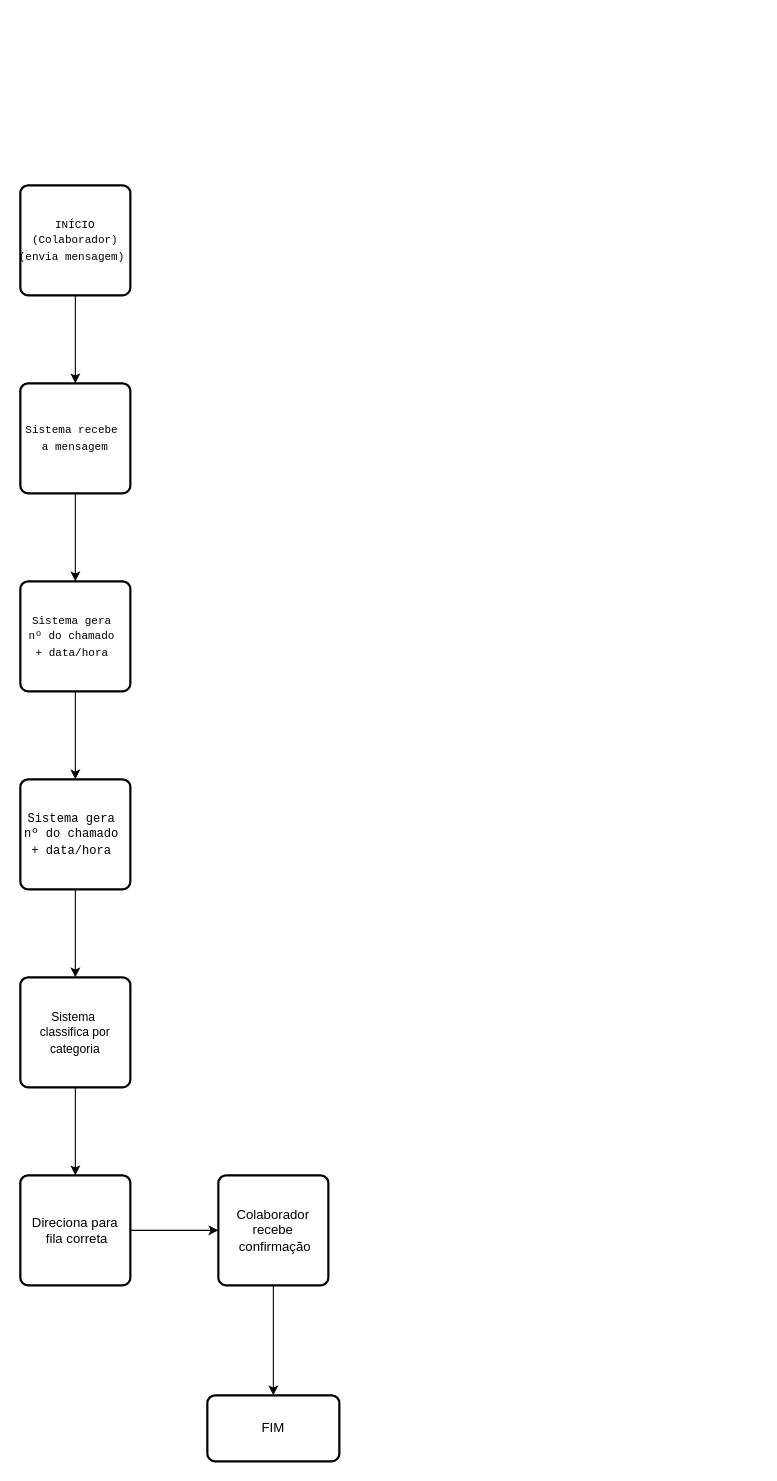
Above: page "Página-2" (2 of 2) of docs/E05/AS5 - DIAGRAMA DE CASOS DE USO.drawio in Canadensuh/HelpIA (draw.io), before the change. Source tidied: cells renumbered, new cells numbered last; positions are measured from the earlier drawing's top-left corner, leaving out a move shared by most shapes. Both pictures are drawn from the tidied source at 110%, with x=0, y=0 at pixel (20, 185).
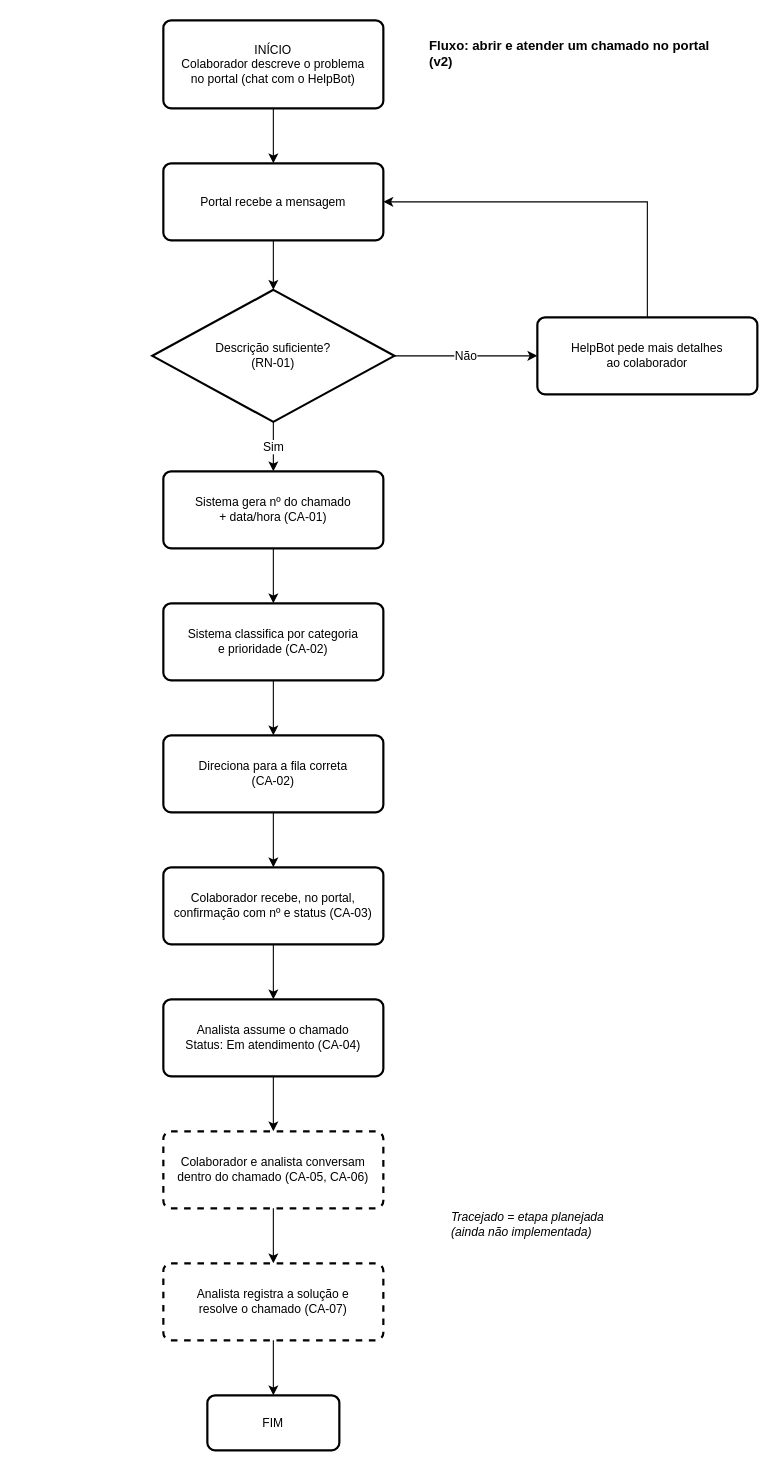
After the change.

Commit message (it also covers changes not shown here):
docs: registra mudança de escopo de Teams para portal de chamados

The edit, as a diff of the source:
```diff
@@
-    <mxCell id="2" style="edgeStyle=orthogonalEdgeStyle;rounded=0;jettySize=auto;html=1;" parent="1" edge="1" source="3" target="5">
-      <mxGeometry relative="1" as="geometry" />
-    </mxCell>
-    <mxCell id="3" value="&lt;pre&gt;&lt;font style=&quot;font-size: 10px;&quot;&gt;&lt;span&gt;INÍCIO&lt;/span&gt;&lt;br&gt;&lt;span&gt;(Colaborador)&lt;/span&gt;&lt;br&gt;&lt;span&gt;(envia mensagem) &lt;/span&gt;&lt;/font&gt;&lt;/pre&gt;" style="rounded=1;whiteSpace=wrap;html=1;absoluteArcSize=1;arcSize=14;strokeWidth=2;" parent="1" vertex="1">
-      <mxGeometry width="100" height="100" as="geometry" />
-    </mxCell>
-    <mxCell id="4" style="edgeStyle=orthogonalEdgeStyle;rounded=0;jettySize=auto;html=1;" parent="1" edge="1" source="5" target="7">
-      <mxGeometry relative="1" as="geometry" />
-    </mxCell>
-    <mxCell id="5" value="&lt;pre&gt;&lt;font style=&quot;font-size: 10px;&quot;&gt;&lt;span&gt;Sistema recebe &lt;br&gt;&lt;/span&gt;&lt;span&gt;a mensagem&lt;/span&gt;&lt;/font&gt;&lt;/pre&gt;" style="rounded=1;whiteSpace=wrap;html=1;absoluteArcSize=1;arcSize=14;strokeWidth=2;" parent="1" vertex="1">
-      <mxGeometry y="180" width="100" height="100" as="geometry" />
-    </mxCell>
-    <mxCell id="6" style="edgeStyle=orthogonalEdgeStyle;rounded=0;jettySize=auto;html=1;" parent="1" edge="1" source="7" target="9">
-      <mxGeometry relative="1" as="geometry" />
-    </mxCell>
-    <mxCell id="7" value="&lt;pre&gt;&lt;font style=&quot;font-size: 10px;&quot;&gt;&lt;span&gt;Sistema gera &lt;br&gt;&lt;/span&gt;&lt;span&gt;nº do chamado &lt;br&gt;&lt;/span&gt;&lt;span&gt;+ data/hora&lt;/span&gt;&lt;/font&gt;&lt;font style=&quot;font-size: 9px;&quot;&gt;&lt;span&gt; &lt;/span&gt;&lt;/font&gt;&lt;/pre&gt;" style="rounded=1;whiteSpace=wrap;html=1;absoluteArcSize=1;arcSize=14;strokeWidth=2;" parent="1" vertex="1">
-      <mxGeometry y="360" width="100" height="100" as="geometry" />
-    </mxCell>
-    <mxCell id="8" style="edgeStyle=orthogonalEdgeStyle;rounded=0;jettySize=auto;html=1;" parent="1" edge="1" source="9" target="11">
-      <mxGeometry relative="1" as="geometry" />
-    </mxCell>
-    <mxCell id="9" value="&lt;pre&gt;&lt;font style=&quot;font-size: 11px;&quot;&gt;&lt;span&gt;Sistema gera &lt;br&gt;&lt;/span&gt;&lt;span&gt;nº do chamado &lt;br&gt;&lt;/span&gt;&lt;span&gt;+ data/hora &lt;/span&gt;&lt;/font&gt;&lt;/pre&gt;" style="rounded=1;whiteSpace=wrap;html=1;absoluteArcSize=1;arcSize=14;strokeWidth=2;" parent="1" vertex="1">
-      <mxGeometry y="540" width="100" height="100" as="geometry" />
-    </mxCell>
-    <mxCell id="10" style="edgeStyle=orthogonalEdgeStyle;rounded=0;jettySize=auto;html=1;" parent="1" edge="1" source="11" target="13">
-      <mxGeometry relative="1" as="geometry" />
-    </mxCell>
-    <mxCell id="11" value="&lt;font style=&quot;font-size: 11px;&quot;&gt;Sistema&amp;nbsp;&lt;br&gt;classifica por categoria&lt;/font&gt;" style="rounded=1;whiteSpace=wrap;html=1;absoluteArcSize=1;arcSize=14;strokeWidth=2;" parent="1" vertex="1">
-      <mxGeometry y="720" width="100" height="100" as="geometry" />
-    </mxCell>
-    <mxCell id="12" style="edgeStyle=orthogonalEdgeStyle;rounded=0;jettySize=auto;html=1;" parent="1" edge="1" source="13" target="15">
-      <mxGeometry relative="1" as="geometry" />
-    </mxCell>
-    <mxCell id="13" value="Direciona para&lt;br&gt;&amp;nbsp;fila correta" style="rounded=1;whiteSpace=wrap;html=1;absoluteArcSize=1;arcSize=14;strokeWidth=2;" parent="1" vertex="1">
-      <mxGeometry y="900" width="100" height="100" as="geometry" />
-    </mxCell>
-    <mxCell id="14" style="edgeStyle=orthogonalEdgeStyle;rounded=0;jettySize=auto;html=1;" parent="1" edge="1" source="15" target="16">
-      <mxGeometry relative="1" as="geometry" />
-    </mxCell>
-    <mxCell id="15" value="Colaborador&lt;br&gt;recebe&lt;br&gt;&amp;nbsp; &amp;nbsp;confirmação&amp;nbsp;&amp;nbsp;" style="rounded=1;whiteSpace=wrap;html=1;absoluteArcSize=1;arcSize=14;strokeWidth=2;" parent="1" vertex="1">
-      <mxGeometry x="180" y="900" width="100" height="100" as="geometry" />
-    </mxCell>
+    <mxCell id="17" value="Fluxo: abrir e atender um chamado no portal (v2)" style="text;html=1;whiteSpace=wrap;align=left;verticalAlign=middle;fontStyle=1;fontSize=12;" parent="1" vertex="1">
+      <mxGeometry x="370" y="-140" width="280" height="40" as="geometry" />
+    </mxCell>
+    <mxCell id="18" value="INÍCIO&lt;br&gt;Colaborador descreve o problema&lt;br&gt;no portal (chat com o HelpBot)" style="rounded=1;whiteSpace=wrap;html=1;absoluteArcSize=1;arcSize=14;strokeWidth=2;fontSize=11;" parent="1" vertex="1">
+      <mxGeometry x="130" y="-150" width="200" height="80" as="geometry" />
+    </mxCell>
+    <mxCell id="19" value="Portal recebe a mensagem" style="rounded=1;whiteSpace=wrap;html=1;absoluteArcSize=1;arcSize=14;strokeWidth=2;fontSize=11;" parent="1" vertex="1">
+      <mxGeometry x="130" y="-20" width="200" height="70" as="geometry" />
+    </mxCell>
+    <mxCell id="20" value="Descrição suficiente?&lt;br&gt;(RN-01)" style="rhombus;whiteSpace=wrap;html=1;strokeWidth=2;fontSize=11;" parent="1" vertex="1">
+      <mxGeometry x="120" y="95" width="220" height="120" as="geometry" />
+    </mxCell>
+    <mxCell id="21" value="HelpBot pede mais detalhes&lt;br&gt;ao colaborador" style="rounded=1;whiteSpace=wrap;html=1;absoluteArcSize=1;arcSize=14;strokeWidth=2;fontSize=11;" parent="1" vertex="1">
+      <mxGeometry x="470" y="120" width="200" height="70" as="geometry" />
+    </mxCell>
+    <mxCell id="22" value="Sistema gera nº do chamado&lt;br&gt;+ data/hora (CA-01)" style="rounded=1;whiteSpace=wrap;html=1;absoluteArcSize=1;arcSize=14;strokeWidth=2;fontSize=11;" parent="1" vertex="1">
+      <mxGeometry x="130" y="260" width="200" height="70" as="geometry" />
+    </mxCell>
+    <mxCell id="23" value="Sistema classifica por categoria&lt;br&gt;e prioridade (CA-02)" style="rounded=1;whiteSpace=wrap;html=1;absoluteArcSize=1;arcSize=14;strokeWidth=2;fontSize=11;" parent="1" vertex="1">
+      <mxGeometry x="130" y="380" width="200" height="70" as="geometry" />
+    </mxCell>
+    <mxCell id="24" value="Direciona para a fila correta&lt;br&gt;(CA-02)" style="rounded=1;whiteSpace=wrap;html=1;absoluteArcSize=1;arcSize=14;strokeWidth=2;fontSize=11;" parent="1" vertex="1">
+      <mxGeometry x="130" y="500" width="200" height="70" as="geometry" />
+    </mxCell>
+    <mxCell id="25" value="Colaborador recebe, no portal,&lt;br&gt;confirmação com nº e status (CA-03)" style="rounded=1;whiteSpace=wrap;html=1;absoluteArcSize=1;arcSize=14;strokeWidth=2;fontSize=11;" parent="1" vertex="1">
+      <mxGeometry x="130" y="620" width="200" height="70" as="geometry" />
+    </mxCell>
+    <mxCell id="26" value="Analista assume o chamado&lt;br&gt;Status: Em atendimento (CA-04)" style="rounded=1;whiteSpace=wrap;html=1;absoluteArcSize=1;arcSize=14;strokeWidth=2;fontSize=11;" parent="1" vertex="1">
+      <mxGeometry x="130" y="740" width="200" height="70" as="geometry" />
+    </mxCell>
+    <mxCell id="27" value="Colaborador e analista conversam&lt;br&gt;dentro do chamado (CA-05, CA-06)" style="rounded=1;whiteSpace=wrap;html=1;absoluteArcSize=1;arcSize=14;strokeWidth=2;fontSize=11;dashed=1;" parent="1" vertex="1">
+      <mxGeometry x="130" y="860" width="200" height="70" as="geometry" />
+    </mxCell>
+    <mxCell id="28" value="Analista registra a solução e&lt;br&gt;resolve o chamado (CA-07)" style="rounded=1;whiteSpace=wrap;html=1;absoluteArcSize=1;arcSize=14;strokeWidth=2;fontSize=11;dashed=1;" parent="1" vertex="1">
+      <mxGeometry x="130" y="980" width="200" height="70" as="geometry" />
+    </mxCell>
-    <mxCell id="16" value="&lt;div&gt;FIM&lt;/div&gt;" style="whiteSpace=wrap;html=1;rounded=1;absoluteArcSize=1;arcSize=14;strokeWidth=2;" parent="1" vertex="1">
-      <mxGeometry x="170" y="1100" width="120" height="60" as="geometry" />
+    <mxCell id="16" value="FIM" style="rounded=1;whiteSpace=wrap;html=1;absoluteArcSize=1;arcSize=14;strokeWidth=2;fontSize=11;" parent="1" vertex="1">
+      <mxGeometry x="170" y="1100" width="120" height="50" as="geometry" />
     </mxCell>
+    <mxCell id="29" value="Tracejado = etapa planejada&lt;br&gt;(ainda não implementada)" style="text;html=1;whiteSpace=wrap;align=left;verticalAlign=middle;fontSize=11;fontStyle=2;" parent="1" vertex="1">
+      <mxGeometry x="390" y="920" width="240" height="50" as="geometry" />
+    </mxCell>
+    <mxCell id="30" style="edgeStyle=orthogonalEdgeStyle;rounded=0;jettySize=auto;html=1;" parent="1" edge="1" source="18" target="19">
+      <mxGeometry relative="1" as="geometry" />
+    </mxCell>
+    <mxCell id="31" style="edgeStyle=orthogonalEdgeStyle;rounded=0;jettySize=auto;html=1;" parent="1" edge="1" source="19" target="20">
+      <mxGeometry relative="1" as="geometry" />
+    </mxCell>
+    <mxCell id="32" value="Não" style="edgeStyle=orthogonalEdgeStyle;rounded=0;jettySize=auto;html=1;" parent="1" edge="1" source="20" target="21">
+      <mxGeometry relative="1" as="geometry" />
+    </mxCell>
+    <mxCell id="33" style="edgeStyle=orthogonalEdgeStyle;rounded=0;jettySize=auto;html=1;exitX=0.5;exitY=0;exitDx=0;exitDy=0;entryX=1;entryY=0.5;entryDx=0;entryDy=0;" parent="1" edge="1" source="21" target="19">
+      <mxGeometry relative="1" as="geometry" />
+    </mxCell>
+    <mxCell id="34" value="Sim" style="edgeStyle=orthogonalEdgeStyle;rounded=0;jettySize=auto;html=1;" parent="1" edge="1" source="20" target="22">
+      <mxGeometry relative="1" as="geometry" />
+    </mxCell>
+    <mxCell id="35" style="edgeStyle=orthogonalEdgeStyle;rounded=0;jettySize=auto;html=1;" parent="1" edge="1" source="22" target="23">
+      <mxGeometry relative="1" as="geometry" />
+    </mxCell>
+    <mxCell id="36" style="edgeStyle=orthogonalEdgeStyle;rounded=0;jettySize=auto;html=1;" parent="1" edge="1" source="23" target="24">
+      <mxGeometry relative="1" as="geometry" />
+    </mxCell>
+    <mxCell id="37" style="edgeStyle=orthogonalEdgeStyle;rounded=0;jettySize=auto;html=1;" parent="1" edge="1" source="24" target="25">
+      <mxGeometry relative="1" as="geometry" />
+    </mxCell>
+    <mxCell id="38" style="edgeStyle=orthogonalEdgeStyle;rounded=0;jettySize=auto;html=1;" parent="1" edge="1" source="25" target="26">
+      <mxGeometry relative="1" as="geometry" />
+    </mxCell>
+    <mxCell id="39" style="edgeStyle=orthogonalEdgeStyle;rounded=0;jettySize=auto;html=1;" parent="1" edge="1" source="26" target="27">
+      <mxGeometry relative="1" as="geometry" />
+    </mxCell>
+    <mxCell id="40" style="edgeStyle=orthogonalEdgeStyle;rounded=0;jettySize=auto;html=1;" parent="1" edge="1" source="27" target="28">
+      <mxGeometry relative="1" as="geometry" />
+    </mxCell>
+    <mxCell id="41" style="edgeStyle=orthogonalEdgeStyle;rounded=0;jettySize=auto;html=1;" parent="1" edge="1" source="28" target="16">
+      <mxGeometry relative="1" as="geometry" />
+    </mxCell>
```
